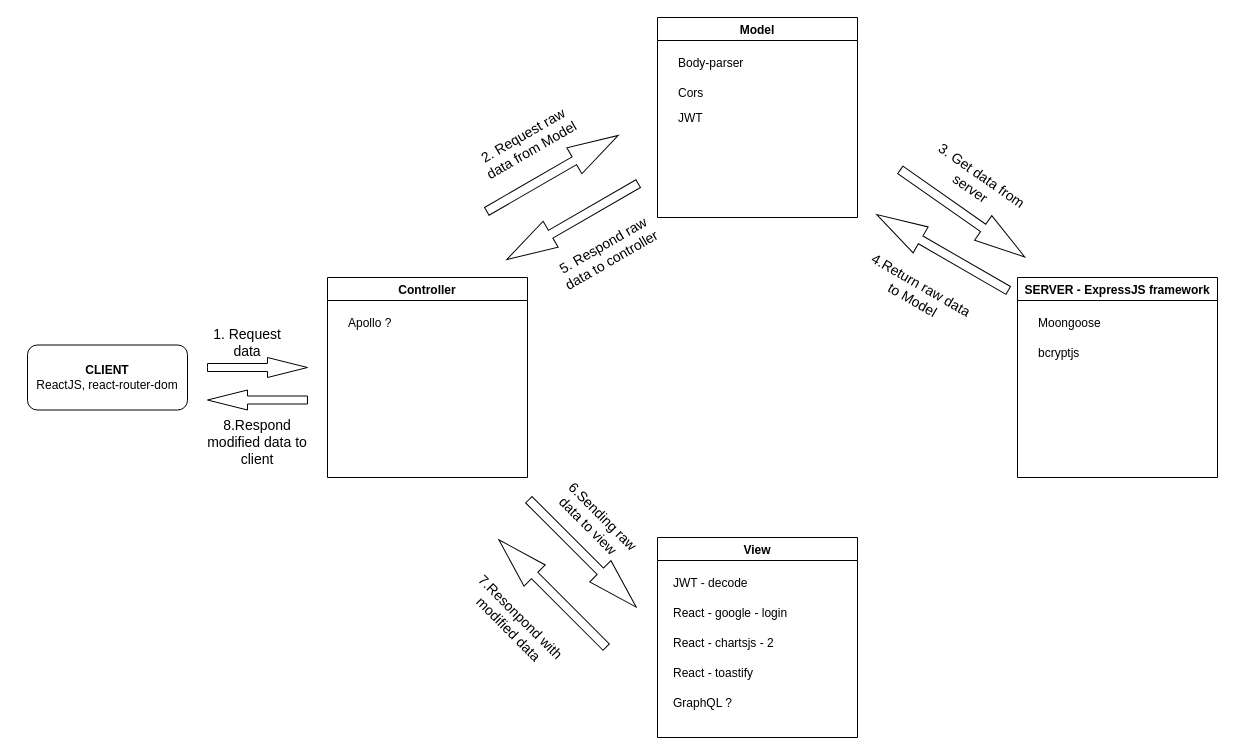
Before: images/architecture.drawio in ViNguyen3747/Voice-Powered-Self-Productivity, a draw.io diagram. Source tidied: cells renumbered, new cells numbered last; positions are measured from the earlier drawing's top-left corner, leaving out a move shared by most shapes. Both pictures are drawn from the tidied source at 100%, with x=0, y=0 at pixel (27, 17).
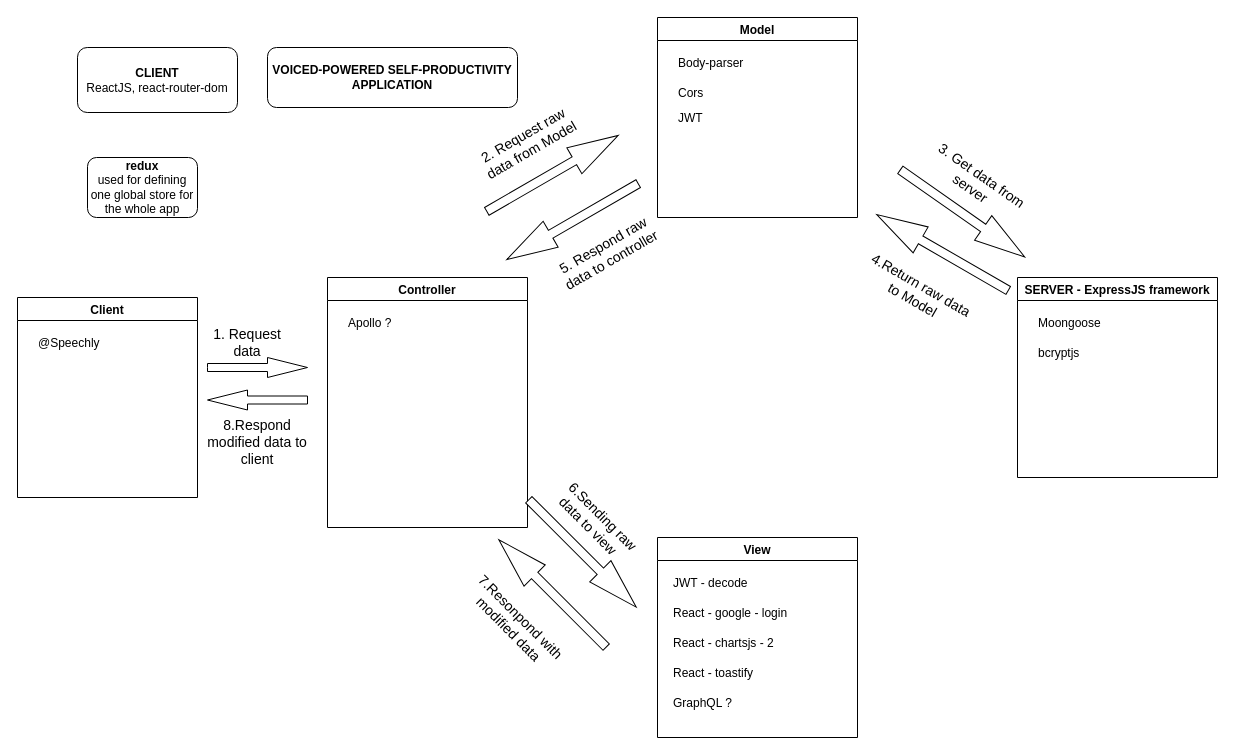
The same diagram, later.

The edit, as a diff of the source:
```diff
@@
     <mxCell id="2" value="&lt;b&gt;CLIENT&lt;/b&gt;&lt;br&gt;ReactJS, react-router-dom" style="rounded=1;whiteSpace=wrap;html=1;" parent="1" vertex="1">
-      <mxGeometry y="327.5" width="160" height="65" as="geometry" />
+      <mxGeometry x="50" y="30" width="160" height="65" as="geometry" />
     </mxCell>
     <mxCell id="3" value="Controller" style="swimlane;align=center;" parent="1" vertex="1">
-      <mxGeometry x="300" y="260" width="200" height="200" as="geometry" />
+      <mxGeometry x="300" y="260" width="200" height="250" as="geometry" />
     </mxCell>
@@
+    <mxCell id="34" value="Client" style="swimlane;align=center;" parent="1" vertex="1">
+      <mxGeometry x="-10" y="280" width="180" height="200" as="geometry" />
+    </mxCell>
+    <mxCell id="35" value="@Speechly" style="text;strokeColor=none;fillColor=none;align=left;verticalAlign=middle;spacingLeft=4;spacingRight=4;overflow=hidden;" parent="34" vertex="1">
+      <mxGeometry x="15" y="30" width="170" height="30" as="geometry" />
+    </mxCell>
+    <mxCell id="36" value="&lt;b&gt;redux&lt;/b&gt;&lt;br&gt;used for defining one global store for the whole app" style="rounded=1;whiteSpace=wrap;html=1;" parent="1" vertex="1">
+      <mxGeometry x="60" y="140" width="110" height="60" as="geometry" />
+    </mxCell>
+    <mxCell id="37" value="&lt;b&gt;VOICED-POWERED SELF-PRODUCTIVITY APPLICATION&lt;/b&gt;" style="rounded=1;whiteSpace=wrap;html=1;" parent="1" vertex="1">
+      <mxGeometry x="240" y="30" width="250" height="60" as="geometry" />
+    </mxCell>
```
